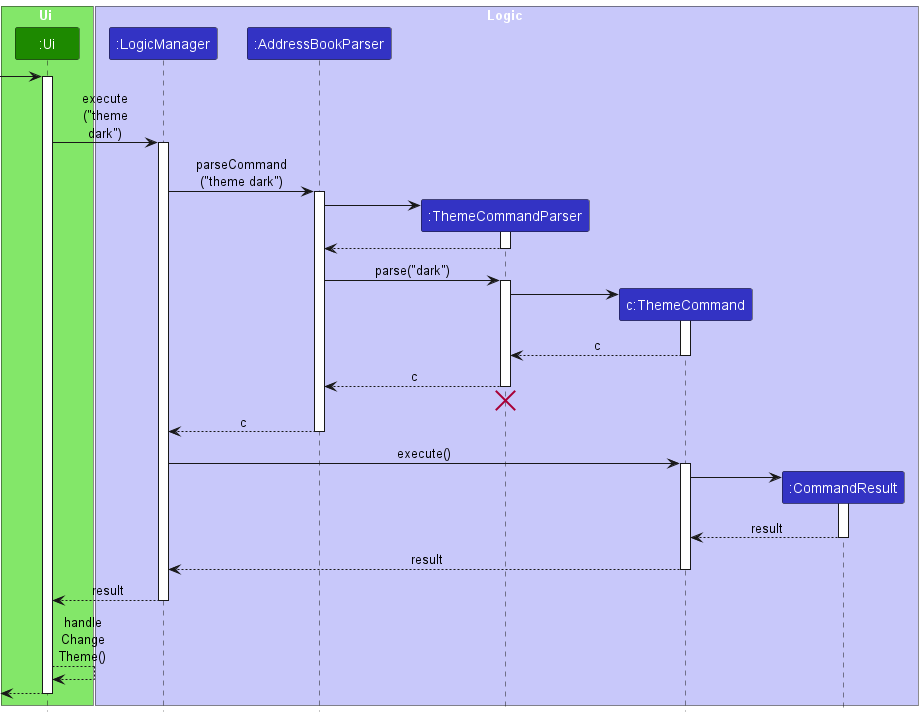
Earlier version of the PlantUML export docs/images/ChangeThemeSequenceDiagram.png (nus-cs2103-AY2324S1/tp).
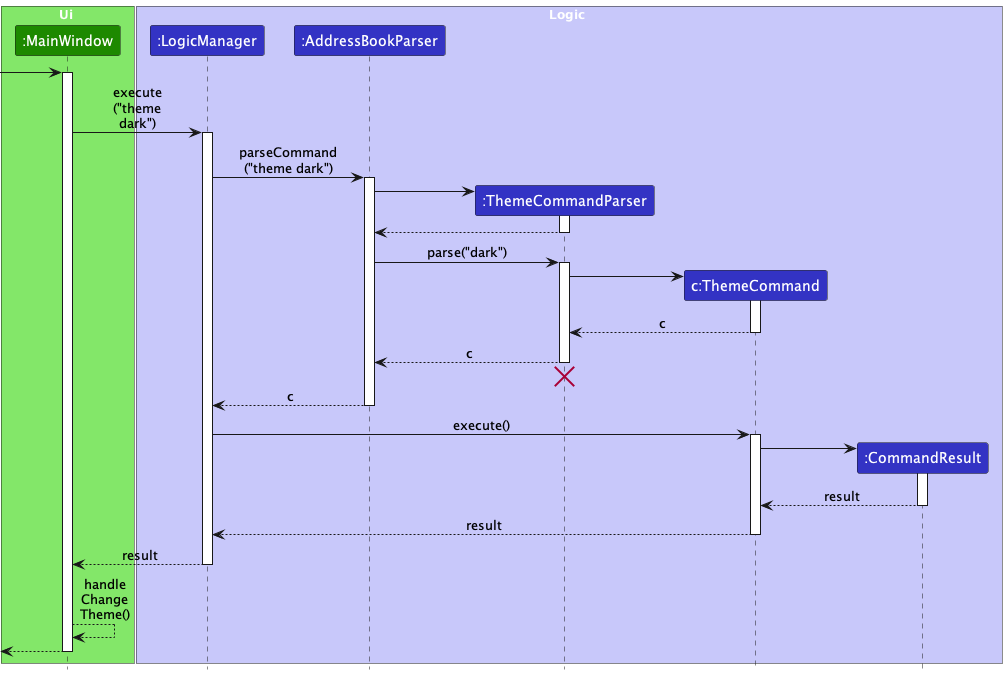
After the commit.

Commit message:
Update theme change diagram

The edit, as a diff of the source:
```diff
@@ -2,7 +2,7 @@
 !include style.puml
 skinparam ArrowFontStyle plain
 box Ui UI_COLOR_T1
-participant ":Ui" as Ui UI_COLOR
+participant ":MainWindow" as Ui UI_COLOR
 end box
 
 box Logic LOGIC_COLOR_T1
```
